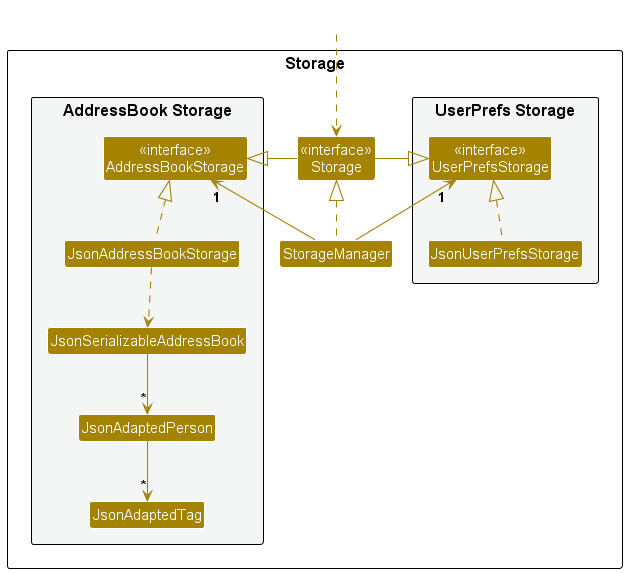
Earlier version of the PlantUML export docs/images/StorageClassDiagram.png (nus-cs2103-AY2425S1/tp).
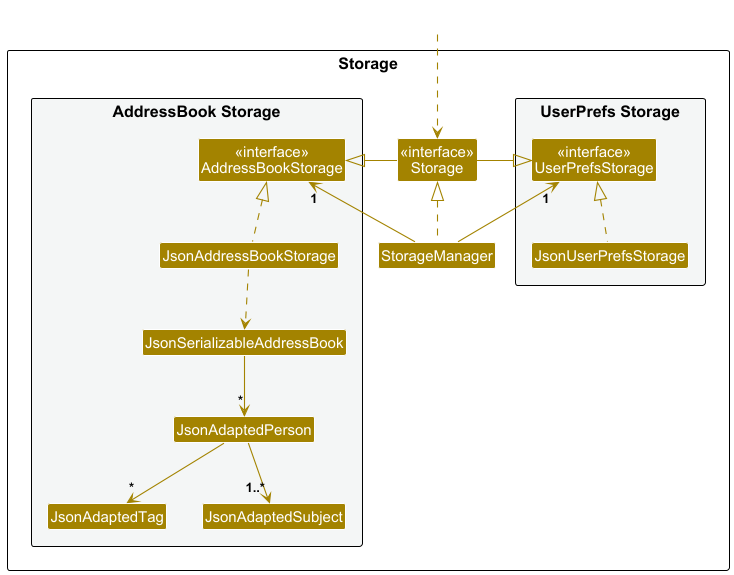
Later version of the same file.

Commit message:
Update UML diagrams

Diff of the diagram source:
```diff
@@ -20,6 +20,7 @@
 Class JsonSerializableAddressBook
 Class JsonAdaptedPerson
 Class JsonAdaptedTag
+Class JsonAdaptedSubject
 }
 
 }
@@ -39,5 +40,6 @@
 JsonAddressBookStorage ..> JsonSerializableAddressBook
 JsonSerializableAddressBook --> "*" JsonAdaptedPerson
 JsonAdaptedPerson --> "*" JsonAdaptedTag
+JsonAdaptedPerson --> "1..*" JsonAdaptedSubject
 
 @enduml
```
